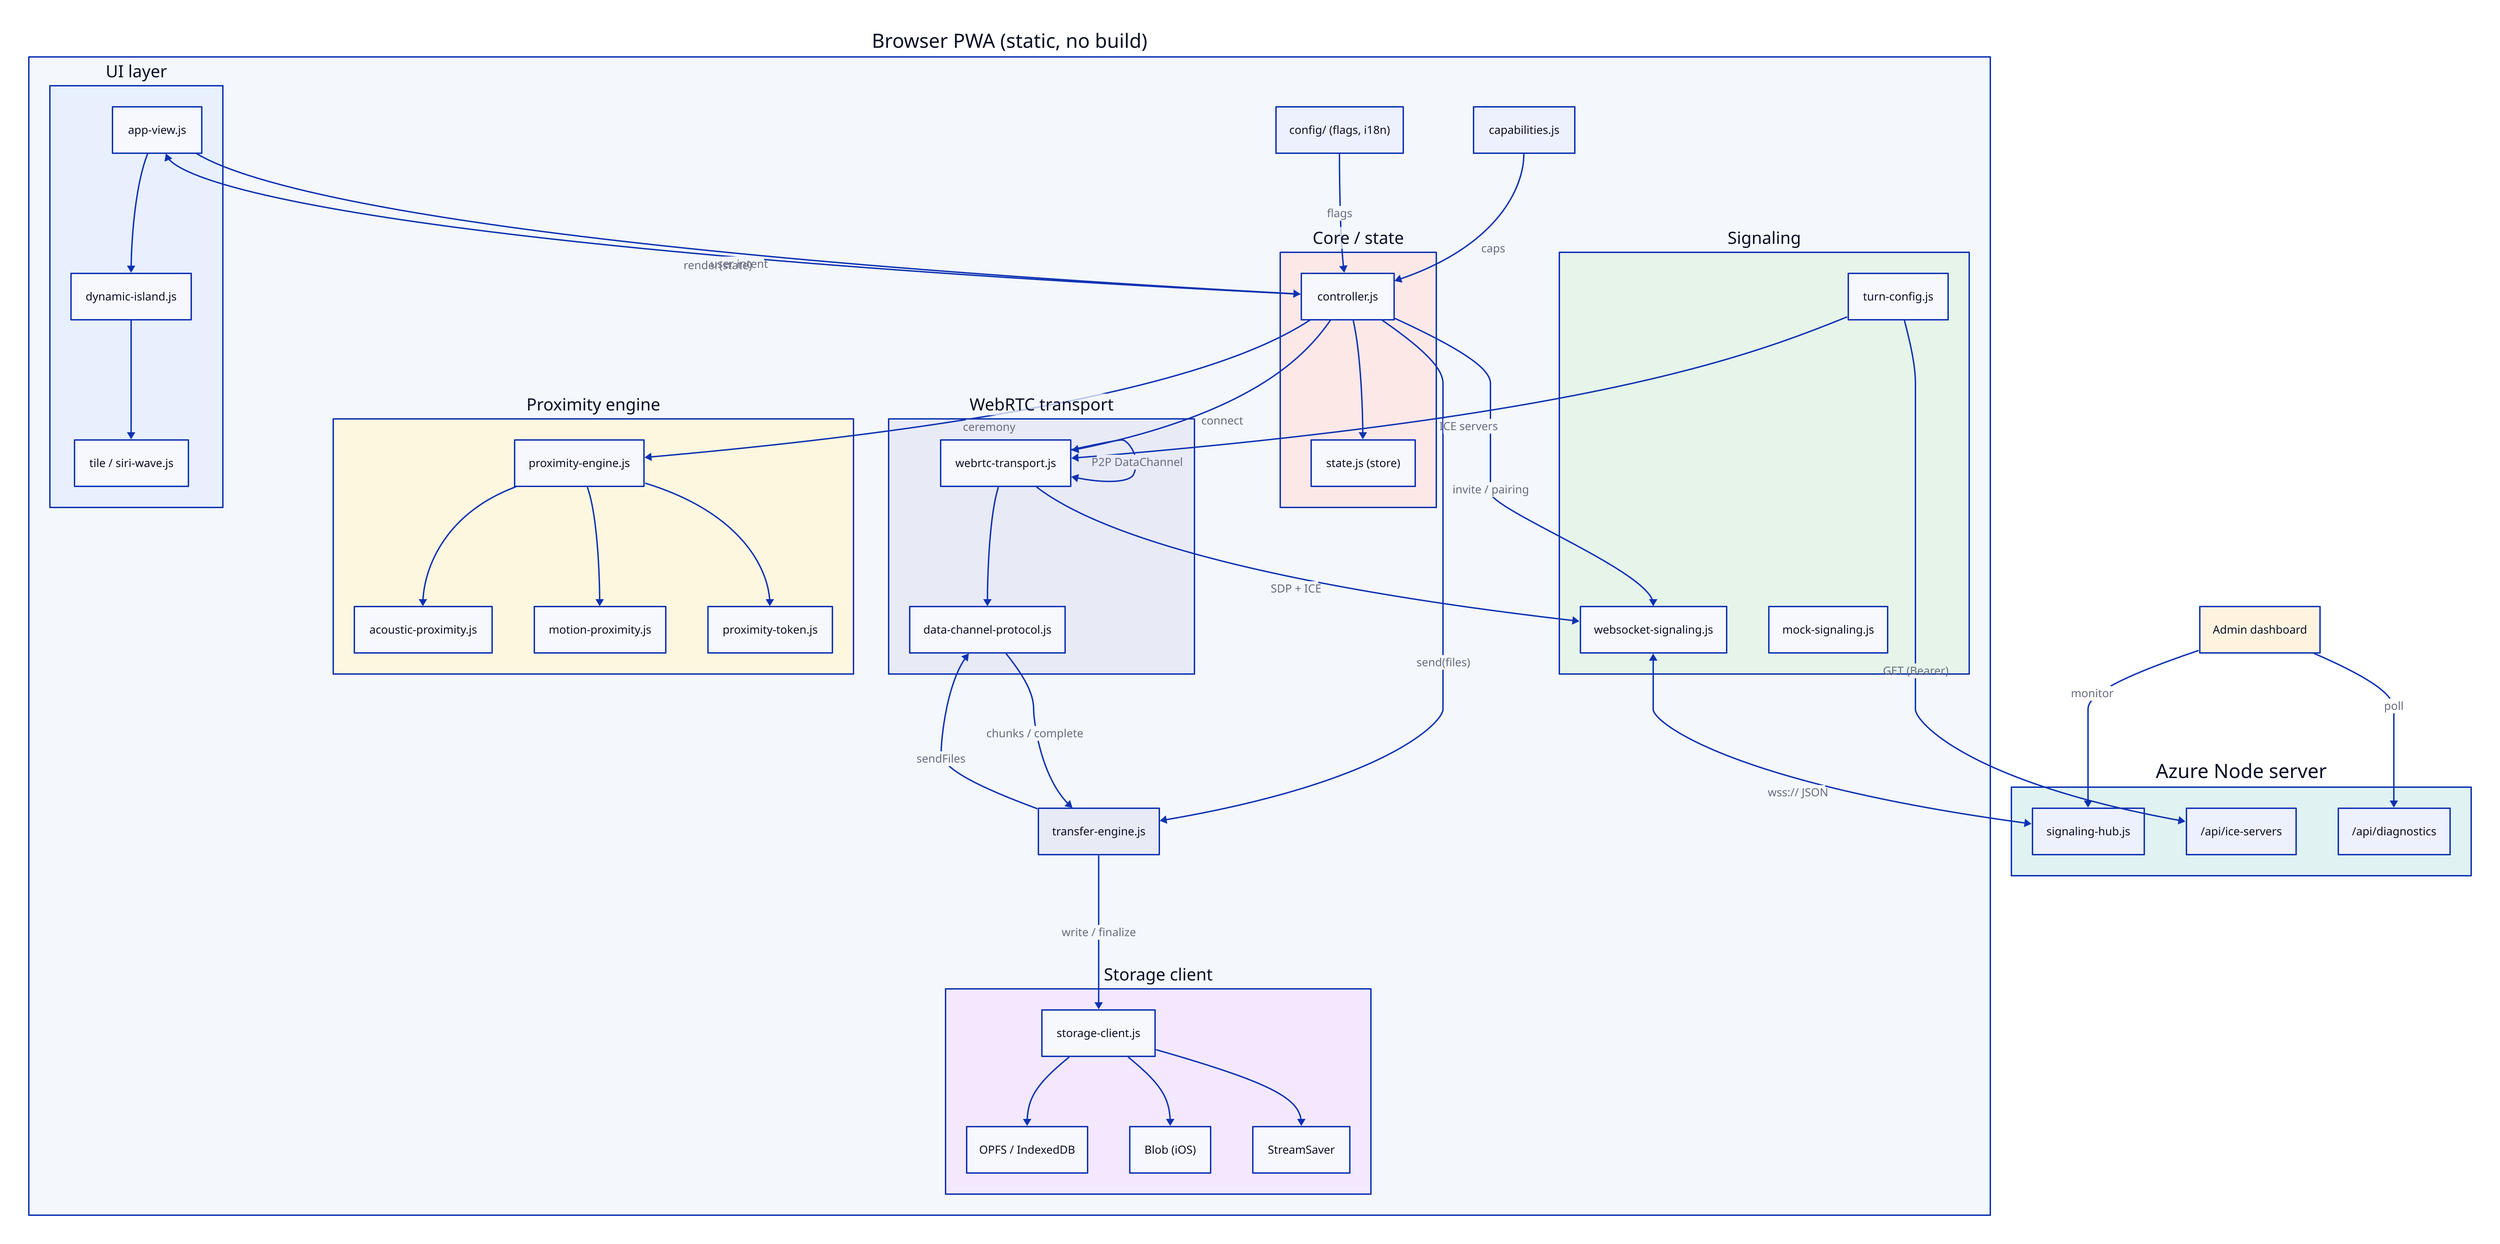
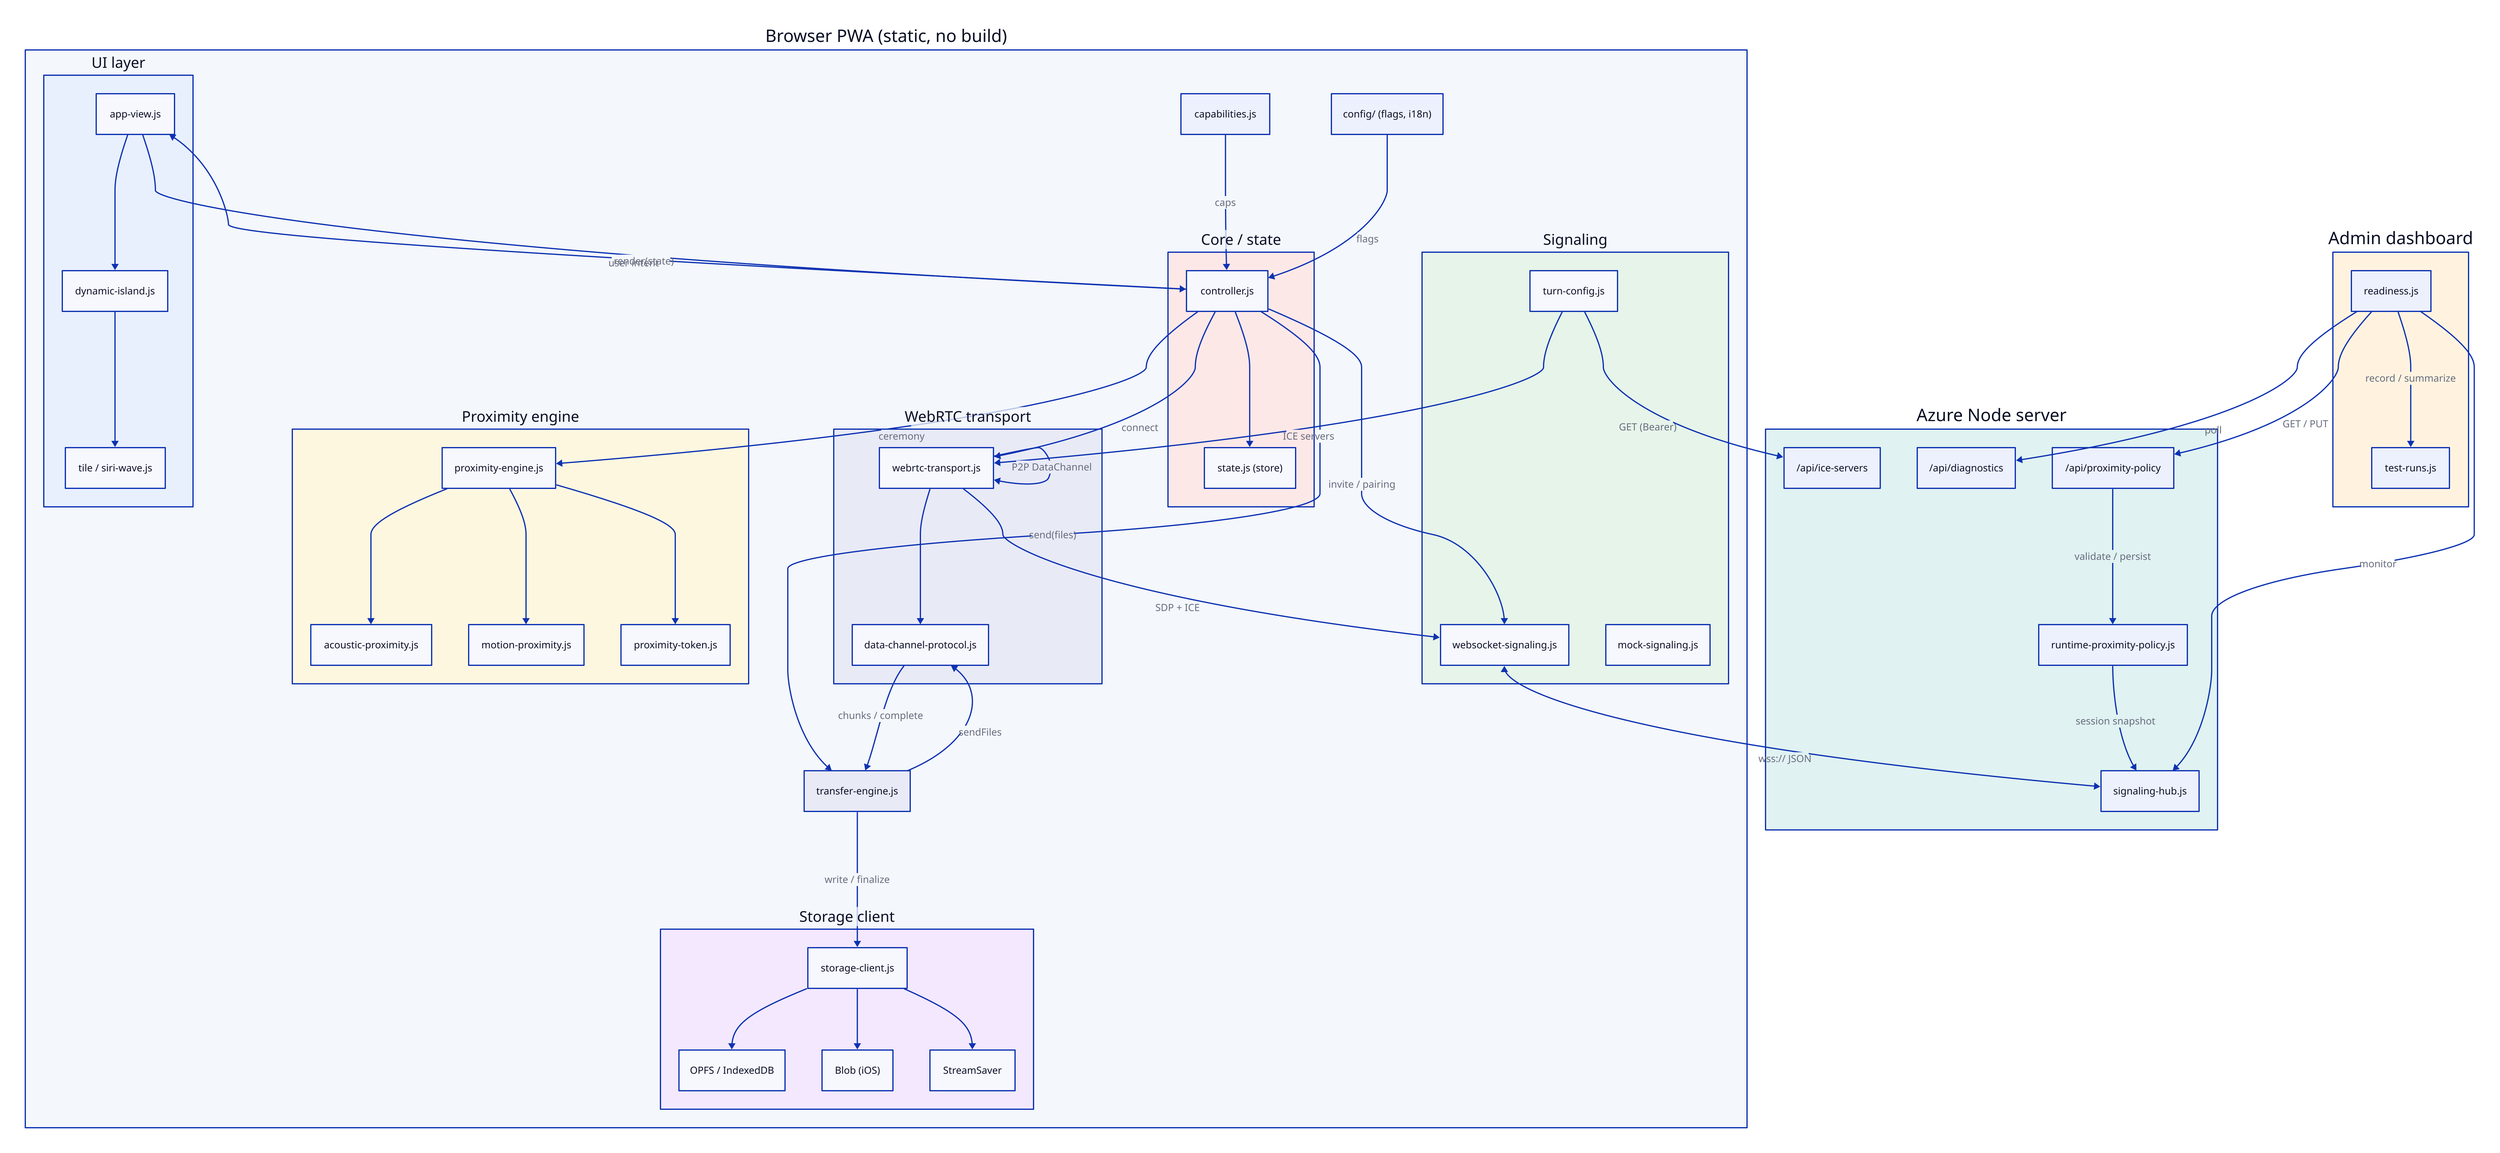
# WebDrop v2 architecture (D2 source).
# Render: d2 --layout elk --pad 40 agent/graph/architecture.d2 agent/graph/architecture.svg
#   (or: bash ~/.cursor/skills/agent-folder/scripts/render_diagram.sh)
#
# CLEAN-LAYOUT RULES applied here (ELK orthogonal routing, no overlaps):
#   - direction: down; containers ordered top-to-bottom in data-flow order.
#   - tightly-coupled nodes share a container; transfer-engine sits NEXT TO the
#     transport/protocol nodes that call it (no long sweeping sendFiles edge).
#   - controller is the central hub; short single-line labels; no manual `near`.
#   - admin dashboard is a separate page placed beside the Azure server it polls
#     (its only edges), so no long edge sweeps the canvas.

vars: {
  d2-config: {
    layout-engine: elk
    pad: 40
    center: true
  }
}
direction: down

browser: Browser PWA (static, no build) {
  style.fill: "#f4f7fb"

  # 1. UI layer
  ui: UI layer {
    style.fill: "#e8f0fe"
    appview: app-view.js
    island: dynamic-island.js
    waves: tile / siri-wave.js
    appview -> island
    island -> waves
  }

  # 2. Core / observable state (central hub)
  core: Core / state {
    style.fill: "#fde8e8"
    controller: controller.js
    store: state.js (store)
    controller -> store
  }

  capabilities: capabilities.js
  config: config/ (flags, i18n)

  # 3. Proximity engine
  proximity: Proximity engine {
    style.fill: "#fef7e0"
    engine: proximity-engine.js
    acoustic: acoustic-proximity.js
    motion: motion-proximity.js
    token: proximity-token.js
    engine -> acoustic
    engine -> motion
    engine -> token
  }

  # 4. WebRTC transport + transfer engine (kept adjacent)
  transport: WebRTC transport {
    style.fill: "#e8eaf6"
    rtc: webrtc-transport.js
    protocol: data-channel-protocol.js
    rtc -> protocol
  }
  transfer: transfer-engine.js {
    style.fill: "#e8eaf6"
  }

  # 5. Storage backends
  storage: Storage client {
    style.fill: "#f3e8fd"
    sc: storage-client.js
    opfs: OPFS / IndexedDB
    blob: Blob (iOS)
    stream: StreamSaver
    sc -> opfs
    sc -> blob
    sc -> stream
  }

  # 6. Signaling (pluggable)
  signaling: Signaling {
    style.fill: "#e6f4ea"
    wss: websocket-signaling.js
    mock: mock-signaling.js
    turn: turn-config.js
  }

  # data + control flow (short, downward)
  ui.appview -> core.controller: user intent
  core.controller -> ui.appview: render(state)
  capabilities -> core.controller: caps
  config -> core.controller: flags
  core.controller -> proximity.engine: ceremony
  core.controller -> transport.rtc: connect
  core.controller -> transfer: send(files)
  core.controller -> signaling.wss: invite / pairing
  transfer -> transport.protocol: sendFiles
  transport.protocol -> transfer: chunks / complete
  transfer -> storage.sc: write / finalize
  transport.rtc -> signaling.wss: SDP + ICE
  signaling.turn -> transport.rtc: ICE servers
  transport.rtc -> transport.rtc: P2P DataChannel
}

# 7. Azure Node server + the admin page that polls it (placed together)
azure: Azure Node server {
  style.fill: "#e0f2f1"
  hub: signaling-hub.js
+   policy: runtime-proximity-policy.js
  ice: /api/ice-servers
  diag: /api/diagnostics
+   tune: /api/proximity-policy
+   policy -> hub: session snapshot
+   tune -> policy: validate / persist
}

admin: Admin dashboard {
  style.fill: "#fff3e0"
+   readiness: readiness.js
+   runs: test-runs.js
+   readiness -> runs: record / summarize
}

browser.signaling.wss <-> azure.hub: wss:// JSON
browser.signaling.turn -> azure.ice: GET (Bearer)
- admin -> azure.hub: monitor
- admin -> azure.diag: poll
+ admin.readiness -> azure.hub: monitor
+ admin.readiness -> azure.diag: poll
+ admin.readiness -> azure.tune: GET / PUT
